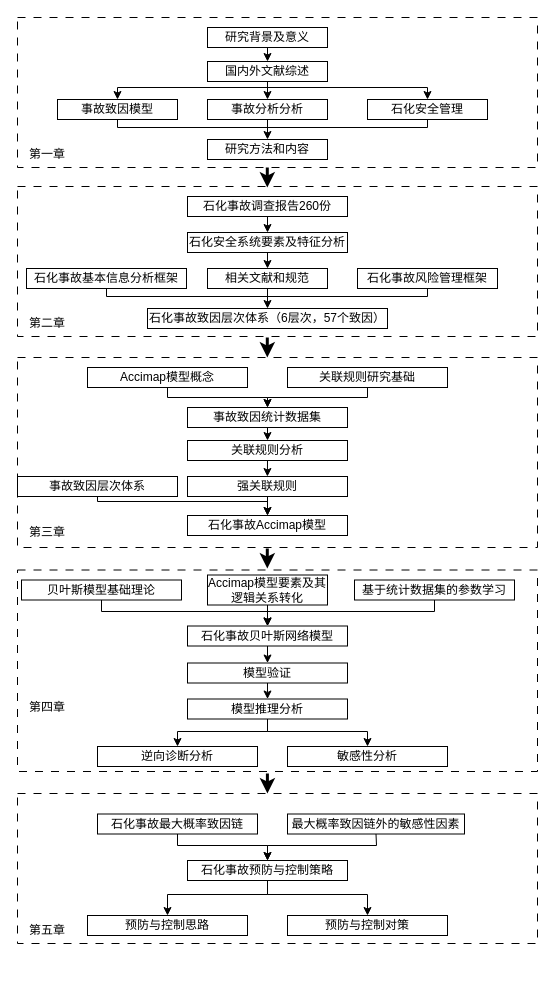
This is 技术路线图.drawio from fangjiarong/docs, a draw.io file, before an edit. Source tidied: cells renumbered, new cells numbered last; positions are measured from the earlier drawing's top-left corner, leaving out a move shared by most shapes. Both pictures are drawn from the tidied source at 100%, with x=0, y=0 at pixel (17, 17).
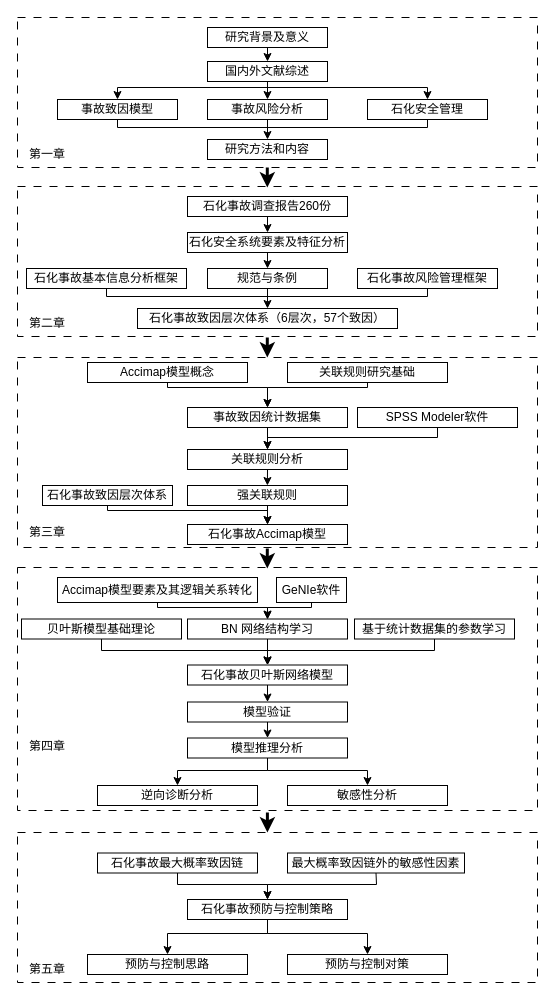
Above is the later version.

Commit message:
更新技术路线图.drawio

Unchanged cells that the change refers to:
```xml
<mxCell id="29" value="&lt;font face=&quot;黑体&quot;&gt;事故致因统计数据集&lt;/font&gt;" style="rounded=0;whiteSpace=wrap;html=1;" parent="1" vertex="1">
  <mxGeometry x="170" y="390" width="160" height="20" as="geometry" />
</mxCell>
```

Change to the diagram source:
```diff
@@
-    <mxCell id="6" value="事故分析分析" style="rounded=0;whiteSpace=wrap;html=1;" parent="1" vertex="1">
+    <mxCell id="6" value="事故风险分析" style="rounded=0;whiteSpace=wrap;html=1;" parent="1" vertex="1">
       <mxGeometry x="190" y="82" width="120" height="20" as="geometry" />
     </mxCell>
@@
     <mxCell id="18" value="石化事故致因层次体系（6层次，57个致因）" style="rounded=0;whiteSpace=wrap;html=1;" parent="1" vertex="1">
-      <mxGeometry x="130" y="291" width="240" height="20" as="geometry" />
+      <mxGeometry x="120" y="291" width="260" height="20" as="geometry" />
     </mxCell>
-    <mxCell id="19" value="相关文献和规范" style="rounded=0;whiteSpace=wrap;html=1;" parent="1" vertex="1">
+    <mxCell id="19" value="规范与条例" style="rounded=0;whiteSpace=wrap;html=1;" parent="1" vertex="1">
       <mxGeometry x="190" y="251" width="120" height="20" as="geometry" />
     </mxCell>
@@
     <mxCell id="28" value="Accimap模型概念" style="rounded=0;whiteSpace=wrap;html=1;" parent="1" vertex="1">
-      <mxGeometry x="70" y="350" width="160" height="20" as="geometry" />
+      <mxGeometry x="70" y="345" width="160" height="20" as="geometry" />
     </mxCell>
@@
     <mxCell id="30" value="石化事故Accimap模型" style="rounded=0;whiteSpace=wrap;html=1;" parent="1" vertex="1">
-      <mxGeometry x="170" y="498" width="160" height="20" as="geometry" />
+      <mxGeometry x="170" y="507" width="160" height="20" as="geometry" />
     </mxCell>
     <mxCell id="31" style="endArrow=classic;html=1;rounded=0;exitX=0.5;exitY=1;exitDx=0;exitDy=0;entryX=0.5;entryY=0;entryDx=0;entryDy=0;" parent="1" edge="1" source="28" target="29">
       <mxGeometry relative="1" as="geometry">
         <Array as="points">
-          <mxPoint x="150" y="380" />
-          <mxPoint x="250" y="380" />
+          <mxPoint x="150" y="370" />
+          <mxPoint x="250" y="370" />
         </Array>
       </mxGeometry>
     </mxCell>
@@
     <mxCell id="33" value="关联规则研究基础" style="rounded=0;whiteSpace=wrap;html=1;" parent="1" vertex="1">
-      <mxGeometry x="270" y="350" width="160" height="20" as="geometry" />
+      <mxGeometry x="270" y="345" width="160" height="20" as="geometry" />
     </mxCell>
-    <mxCell id="34" style="endArrow=classic;html=1;rounded=0;exitX=0.5;exitY=1;exitDx=0;exitDy=0;entryX=0.5;entryY=0;entryDx=0;entryDy=0;" parent="1" edge="1" source="33" target="29">
+    <mxCell id="34" style="endArrow=classic;html=1;rounded=0;exitX=0.5;exitY=1;exitDx=0;exitDy=0;entryX=0.5;entryY=0;entryDx=0;entryDy=0;" parent="1" edge="1">
       <mxGeometry relative="1" as="geometry">
+        <mxPoint x="350" y="365" as="sourcePoint" />
+        <mxPoint x="250" y="390" as="targetPoint" />
         <Array as="points">
-          <mxPoint x="350" y="380" />
-          <mxPoint x="250" y="380" />
+          <mxPoint x="350" y="370" />
+          <mxPoint x="250" y="370" />
         </Array>
       </mxGeometry>
     </mxCell>
     <mxCell id="35" style="rounded=0;whiteSpace=wrap;html=1;dashed=1;dashPattern=8 8;" parent="1" vertex="1">
-      <mxGeometry y="776" width="520" height="150" as="geometry" />
+      <mxGeometry y="815" width="520" height="150" as="geometry" />
     </mxCell>
     <mxCell id="36" value="&lt;font face=&quot;黑体&quot;&gt;石化事故预防与控制策略&lt;/font&gt;" style="rounded=0;whiteSpace=wrap;html=1;" parent="1" vertex="1">
-      <mxGeometry x="170" y="843" width="160" height="20" as="geometry" />
+      <mxGeometry x="170" y="882" width="160" height="20" as="geometry" />
     </mxCell>
     <mxCell id="37" value="预防与控制思路" style="rounded=0;whiteSpace=wrap;html=1;" parent="1" vertex="1">
-      <mxGeometry x="70" y="898" width="160" height="20" as="geometry" />
+      <mxGeometry x="70" y="937" width="160" height="20" as="geometry" />
     </mxCell>
     <mxCell id="38" style="endArrow=classic;html=1;rounded=0;exitX=0.5;exitY=1;exitDx=0;exitDy=0;entryX=0.5;entryY=0;entryDx=0;entryDy=0;" parent="1" edge="1" source="36" target="37">
       <mxGeometry relative="1" as="geometry">
         <Array as="points">
-          <mxPoint x="250" y="877" />
-          <mxPoint x="150" y="877" />
+          <mxPoint x="250" y="916" />
+          <mxPoint x="150" y="916" />
         </Array>
       </mxGeometry>
     </mxCell>
     <mxCell id="39" value="第五章" style="text;html=1;strokeColor=none;fillColor=none;align=center;verticalAlign=middle;whiteSpace=wrap;rounded=0;" parent="1" vertex="1">
-      <mxGeometry y="898" width="60" height="30" as="geometry" />
+      <mxGeometry y="937" width="60" height="30" as="geometry" />
     </mxCell>
     <mxCell id="40" style="endArrow=classic;html=1;rounded=0;exitX=0.5;exitY=1;exitDx=0;exitDy=0;entryX=0.5;entryY=0;entryDx=0;entryDy=0;" parent="1" edge="1" target="41">
       <mxGeometry relative="1" as="geometry">
-        <mxPoint x="250" y="863" as="sourcePoint" />
+        <mxPoint x="250" y="902" as="sourcePoint" />
         <Array as="points">
-          <mxPoint x="250" y="877" />
-          <mxPoint x="350" y="877" />
+          <mxPoint x="250" y="916" />
+          <mxPoint x="350" y="916" />
         </Array>
       </mxGeometry>
     </mxCell>
     <mxCell id="41" value="预防与控制对策" style="rounded=0;whiteSpace=wrap;html=1;" parent="1" vertex="1">
-      <mxGeometry x="270" y="898" width="160" height="20" as="geometry" />
+      <mxGeometry x="270" y="937" width="160" height="20" as="geometry" />
     </mxCell>
     <mxCell id="42" style="rounded=0;whiteSpace=wrap;html=1;dashed=1;dashPattern=8 8;" parent="1" vertex="1">
-      <mxGeometry y="552.5" width="520" height="201.5" as="geometry" />
+      <mxGeometry y="550" width="520" height="243" as="geometry" />
     </mxCell>
     <mxCell id="43" value="贝叶斯模型基础理论" style="rounded=0;whiteSpace=wrap;html=1;" parent="1" vertex="1">
-      <mxGeometry x="4" y="562.5" width="160" height="20" as="geometry" />
+      <mxGeometry x="4" y="601.5" width="160" height="20" as="geometry" />
     </mxCell>
     <mxCell id="44" value="&lt;font face=&quot;黑体&quot;&gt;石化事故贝叶斯网络模型&lt;/font&gt;" style="rounded=0;whiteSpace=wrap;html=1;" parent="1" vertex="1">
-      <mxGeometry x="170" y="608.5" width="160" height="20" as="geometry" />
+      <mxGeometry x="170" y="647.5" width="160" height="20" as="geometry" />
     </mxCell>
     <mxCell id="45" value="模型推理分析" style="rounded=0;whiteSpace=wrap;html=1;" parent="1" vertex="1">
-      <mxGeometry x="170" y="681.5" width="160" height="20" as="geometry" />
+      <mxGeometry x="170" y="720.5" width="160" height="20" as="geometry" />
     </mxCell>
     <mxCell id="46" value="模型验证" style="rounded=0;whiteSpace=wrap;html=1;" parent="1" vertex="1">
-      <mxGeometry x="170" y="645.5" width="160" height="20" as="geometry" />
+      <mxGeometry x="170" y="684.5" width="160" height="20" as="geometry" />
     </mxCell>
     <mxCell id="47" style="endArrow=classic;html=1;rounded=0;exitX=0.5;exitY=1;exitDx=0;exitDy=0;entryX=0.5;entryY=0;entryDx=0;entryDy=0;" parent="1" edge="1" source="43" target="44">
       <mxGeometry relative="1" as="geometry">
         <Array as="points">
-          <mxPoint x="84" y="594" />
-          <mxPoint x="250" y="594" />
+          <mxPoint x="84" y="633" />
+          <mxPoint x="250" y="633" />
         </Array>
       </mxGeometry>
     </mxCell>
@@
     <mxCell id="50" value="第四章" style="text;html=1;strokeColor=none;fillColor=none;align=center;verticalAlign=middle;whiteSpace=wrap;rounded=0;" parent="1" vertex="1">
-      <mxGeometry y="674.5" width="60" height="30" as="geometry" />
+      <mxGeometry y="713.5" width="60" height="30" as="geometry" />
     </mxCell>
     <mxCell id="51" value="基于统计数据集的参数学习" style="rounded=0;whiteSpace=wrap;html=1;" parent="1" vertex="1">
-      <mxGeometry x="337" y="562.5" width="160" height="20" as="geometry" />
+      <mxGeometry x="337" y="601.5" width="160" height="20" as="geometry" />
     </mxCell>
     <mxCell id="52" style="endArrow=classic;html=1;rounded=0;exitX=0.5;exitY=1;exitDx=0;exitDy=0;entryX=0.5;entryY=0;entryDx=0;entryDy=0;" parent="1" edge="1" source="51" target="44">
       <mxGeometry relative="1" as="geometry">
         <Array as="points">
-          <mxPoint x="417" y="594" />
-          <mxPoint x="250" y="594" />
+          <mxPoint x="417" y="633" />
+          <mxPoint x="250" y="633" />
         </Array>
       </mxGeometry>
     </mxCell>
     <mxCell id="53" value="逆向诊断分析" style="rounded=0;whiteSpace=wrap;html=1;" parent="1" vertex="1">
-      <mxGeometry x="80" y="729" width="160" height="20" as="geometry" />
+      <mxGeometry x="80" y="768" width="160" height="20" as="geometry" />
     </mxCell>
     <mxCell id="54" value="敏感性分析" style="rounded=0;whiteSpace=wrap;html=1;" parent="1" vertex="1">
-      <mxGeometry x="270" y="729" width="160" height="20" as="geometry" />
+      <mxGeometry x="270" y="768" width="160" height="20" as="geometry" />
     </mxCell>
     <mxCell id="55" value="Accimap模型要素及其逻辑关系转化" style="rounded=0;whiteSpace=wrap;html=1;" parent="1" vertex="1">
-      <mxGeometry x="190" y="557.5" width="120" height="30" as="geometry" />
+      <mxGeometry x="40" y="560" width="200" height="25" as="geometry" />
     </mxCell>
-    <mxCell id="56" style="endArrow=classic;html=1;rounded=0;exitX=0.5;exitY=1;exitDx=0;exitDy=0;entryX=0.5;entryY=0;entryDx=0;entryDy=0;" parent="1" edge="1" source="55" target="44">
-      <mxGeometry relative="1" as="geometry" />
+    <mxCell id="56" style="endArrow=classic;html=1;rounded=0;exitX=0.5;exitY=1;exitDx=0;exitDy=0;entryX=0.5;entryY=0;entryDx=0;entryDy=0;" parent="1" edge="1" source="55" target="74">
+      <mxGeometry relative="1" as="geometry">
+        <Array as="points">
+          <mxPoint x="140" y="590" />
+          <mxPoint x="250" y="590" />
+        </Array>
+      </mxGeometry>
     </mxCell>
     <mxCell id="57" style="endArrow=classic;html=1;rounded=0;exitX=0.5;exitY=1;exitDx=0;exitDy=0;entryX=0.5;entryY=0;entryDx=0;entryDy=0;" parent="1" edge="1" source="45" target="53">
       <mxGeometry relative="1" as="geometry">
         <Array as="points">
-          <mxPoint x="250" y="714" />
-          <mxPoint x="160" y="714" />
+          <mxPoint x="250" y="753" />
+          <mxPoint x="160" y="753" />
         </Array>
       </mxGeometry>
     </mxCell>
     <mxCell id="58" style="endArrow=classic;html=1;rounded=0;exitX=0.5;exitY=1;exitDx=0;exitDy=0;entryX=0.5;entryY=0;entryDx=0;entryDy=0;" parent="1" edge="1" source="45" target="54">
       <mxGeometry relative="1" as="geometry">
         <Array as="points">
-          <mxPoint x="250" y="714" />
-          <mxPoint x="350" y="714" />
+          <mxPoint x="250" y="753" />
+          <mxPoint x="350" y="753" />
         </Array>
       </mxGeometry>
     </mxCell>
     <mxCell id="59" style="endArrow=classic;html=1;rounded=0;fontSize=11;strokeWidth=3;" parent="1" edge="1">
       <mxGeometry relative="1" as="geometry">
-        <mxPoint x="249.9" y="756" as="sourcePoint" />
-        <mxPoint x="249.9" y="776" as="targetPoint" />
+        <mxPoint x="249.9" y="795" as="sourcePoint" />
+        <mxPoint x="249.9" y="815" as="targetPoint" />
       </mxGeometry>
     </mxCell>
@@
     <mxCell id="63" value="石化事故最大概率致因链" style="rounded=0;whiteSpace=wrap;html=1;" parent="1" vertex="1">
-      <mxGeometry x="80" y="796.5" width="160" height="20" as="geometry" />
+      <mxGeometry x="80" y="835.5" width="160" height="20" as="geometry" />
     </mxCell>
     <mxCell id="64" style="endArrow=classic;html=1;rounded=0;exitX=0.5;exitY=1;exitDx=0;exitDy=0;entryX=0.5;entryY=0;entryDx=0;entryDy=0;" parent="1" edge="1" source="63">
       <mxGeometry relative="1" as="geometry">
-        <mxPoint x="250" y="843" as="targetPoint" />
+        <mxPoint x="250" y="882" as="targetPoint" />
         <Array as="points">
-          <mxPoint x="160" y="828" />
-          <mxPoint x="250" y="828" />
+          <mxPoint x="160" y="867" />
+          <mxPoint x="250" y="867" />
         </Array>
       </mxGeometry>
     </mxCell>
     <mxCell id="65" value="最大概率致因链外的敏感性因素" style="rounded=0;whiteSpace=wrap;html=1;" parent="1" vertex="1">
-      <mxGeometry x="270" y="796.5" width="177" height="20" as="geometry" />
+      <mxGeometry x="270" y="835.5" width="177" height="20" as="geometry" />
     </mxCell>
     <mxCell id="66" style="endArrow=classic;html=1;rounded=0;exitX=0.5;exitY=1;exitDx=0;exitDy=0;entryX=0.5;entryY=0;entryDx=0;entryDy=0;" parent="1" edge="1" source="65">
       <mxGeometry relative="1" as="geometry">
-        <mxPoint x="250" y="843" as="targetPoint" />
+        <mxPoint x="250" y="882" as="targetPoint" />
         <Array as="points">
-          <mxPoint x="359" y="828" />
-          <mxPoint x="250" y="828" />
+          <mxPoint x="359" y="867" />
+          <mxPoint x="250" y="867" />
         </Array>
       </mxGeometry>
     </mxCell>
-    <mxCell id="67" value="事故致因层次体系" style="rounded=0;whiteSpace=wrap;html=1;" parent="1" vertex="1">
-      <mxGeometry y="459" width="160" height="20" as="geometry" />
+    <mxCell id="67" value="石化事故致因层次体系" style="rounded=0;whiteSpace=wrap;html=1;" parent="1" vertex="1">
+      <mxGeometry x="25" y="468" width="130" height="20" as="geometry" />
     </mxCell>
     <mxCell id="68" style="endArrow=classic;html=1;rounded=0;exitX=0.5;exitY=1;exitDx=0;exitDy=0;entryX=0.5;entryY=0;entryDx=0;entryDy=0;" parent="1" edge="1" source="67" target="30">
       <mxGeometry relative="1" as="geometry">
         <Array as="points">
-          <mxPoint x="80" y="484" />
-          <mxPoint x="250" y="484" />
+          <mxPoint x="90" y="493" />
+          <mxPoint x="250" y="493" />
         </Array>
       </mxGeometry>
     </mxCell>
     <mxCell id="69" value="强关联规则" style="rounded=0;whiteSpace=wrap;html=1;" parent="1" vertex="1">
-      <mxGeometry x="170" y="459" width="160" height="20" as="geometry" />
+      <mxGeometry x="170" y="468" width="160" height="20" as="geometry" />
     </mxCell>
     <mxCell id="70" style="endArrow=classic;html=1;rounded=0;exitX=0.5;exitY=1;exitDx=0;exitDy=0;entryX=0.5;entryY=0;entryDx=0;entryDy=0;" parent="1" edge="1" source="69" target="30">
       <mxGeometry relative="1" as="geometry">
         <Array as="points">
-          <mxPoint x="250" y="486" />
+          <mxPoint x="250" y="495" />
         </Array>
       </mxGeometry>
     </mxCell>
     <mxCell id="71" value="关联规则分析" style="rounded=0;whiteSpace=wrap;html=1;" parent="1" vertex="1">
-      <mxGeometry x="170" y="423" width="160" height="20" as="geometry" />
+      <mxGeometry x="170" y="432" width="160" height="20" as="geometry" />
     </mxCell>
@@
     <mxCell id="73" style="endArrow=classic;html=1;rounded=0;entryX=0.5;entryY=0;entryDx=0;entryDy=0;" parent="1" edge="1">
       <mxGeometry relative="1" as="geometry">
-        <mxPoint x="250" y="443" as="sourcePoint" />
-        <mxPoint x="249.9" y="459" as="targetPoint" />
+        <mxPoint x="250" y="452" as="sourcePoint" />
+        <mxPoint x="249.9" y="468" as="targetPoint" />
       </mxGeometry>
     </mxCell>
+    <mxCell id="74" value="BN 网络结构学习" style="rounded=0;whiteSpace=wrap;html=1;" parent="1" vertex="1">
+      <mxGeometry x="170" y="601.5" width="160" height="20" as="geometry" />
+    </mxCell>
+    <mxCell id="75" value="&lt;font face=&quot;黑体&quot;&gt;SPSS Modeler软件&lt;/font&gt;" style="rounded=0;whiteSpace=wrap;html=1;" parent="1" vertex="1">
+      <mxGeometry x="340" y="390" width="160" height="20" as="geometry" />
+    </mxCell>
+    <mxCell id="76" value="&lt;font face=&quot;黑体&quot;&gt;GeNIe软件&lt;/font&gt;" style="rounded=0;whiteSpace=wrap;html=1;" parent="1" vertex="1">
+      <mxGeometry x="259" y="560" width="70" height="25" as="geometry" />
+    </mxCell>
+    <mxCell id="77" style="endArrow=classic;html=1;rounded=0;exitX=0.5;exitY=1;exitDx=0;exitDy=0;entryX=0.5;entryY=0;entryDx=0;entryDy=0;" parent="1" edge="1" source="75" target="71">
+      <mxGeometry relative="1" as="geometry">
+        <Array as="points">
+          <mxPoint x="420" y="420" />
+          <mxPoint x="250" y="420" />
+        </Array>
+      </mxGeometry>
+    </mxCell>
+    <mxCell id="78" style="endArrow=classic;html=1;rounded=0;exitX=0.5;exitY=1;exitDx=0;exitDy=0;" parent="1" edge="1" source="76">
+      <mxGeometry relative="1" as="geometry">
+        <mxPoint x="250" y="602" as="targetPoint" />
+        <Array as="points">
+          <mxPoint x="294" y="590" />
+          <mxPoint x="250" y="590" />
+        </Array>
+      </mxGeometry>
+    </mxCell>
+    <mxCell id="79" style="endArrow=classic;html=1;rounded=0;exitX=0.5;exitY=1;exitDx=0;exitDy=0;entryX=0.5;entryY=0;entryDx=0;entryDy=0;" parent="1" edge="1" source="74" target="44">
+      <mxGeometry relative="1" as="geometry" />
+    </mxCell>
```
